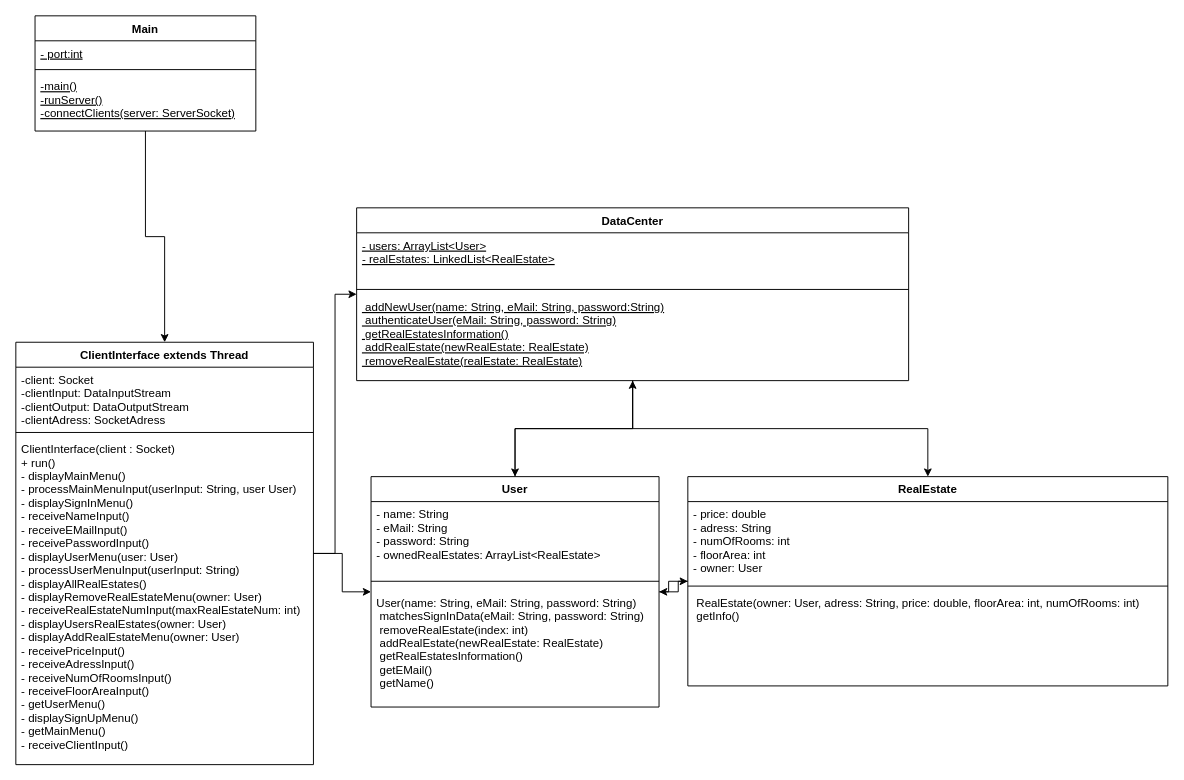
The draw.io diagram KlassendiagrammServer.drawio in FabioKron/Online-Immobilienportal, before the edit. Source tidied: cells renumbered, new cells numbered last; positions are measured from the earlier drawing's top-left corner, leaving out a move shared by most shapes. Both pictures are drawn from the tidied source at 96%, with x=0, y=0 at pixel (15, 15).
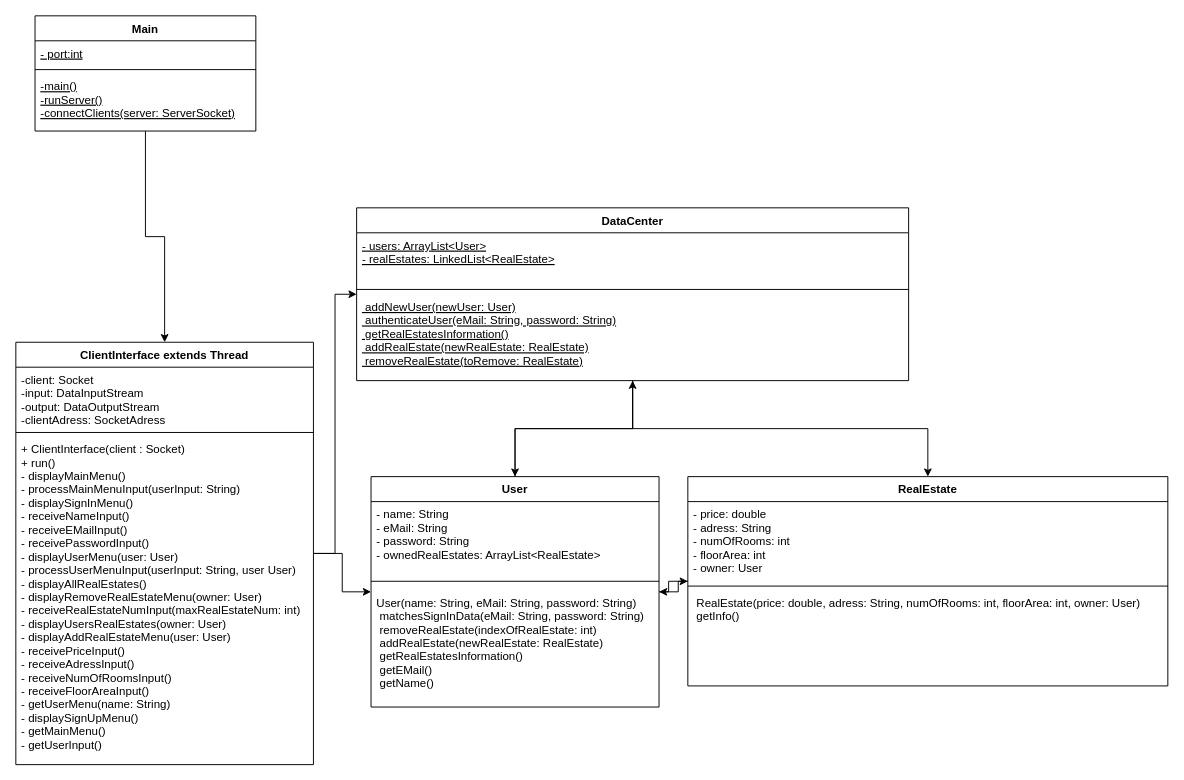
The same page after the edit.

Commit message (it also covers changes not shown here):
Anpassen Klassendiagramm Server wie Code

The change refers to these unchanged cells:
```xml
<mxCell id="9" value="ClientInterface extends Thread" style="swimlane;fontStyle=1;align=center;verticalAlign=top;horizontal=1;startSize=26;" parent="1" vertex="1">
  <mxGeometry y="340" width="310" height="440" as="geometry" />
</mxCell>
<mxCell id="15" value="User" style="swimlane;fontStyle=1;align=center;verticalAlign=top;horizontal=1;startSize=26;" parent="1" vertex="1">
  <mxGeometry x="370" y="480" width="300" height="240" as="geometry" />
</mxCell>
<mxCell id="21" value="DataCenter" style="swimlane;fontStyle=1;align=center;verticalAlign=top;horizontal=1;startSize=26;" parent="1" vertex="1">
  <mxGeometry x="355" y="200" width="575" height="180" as="geometry" />
</mxCell>
<mxCell id="26" value="RealEstate" style="swimlane;fontStyle=1;align=center;verticalAlign=top;horizontal=1;startSize=26;" parent="1" vertex="1">
  <mxGeometry x="700" y="480" width="500" height="218" as="geometry" />
</mxCell>
```

Change to the diagram source:
```diff
@@
-    <mxCell id="10" value="-client: Socket&#10;-clientInput: DataInputStream&#10;-clientOutput: DataOutputStream&#10;-clientAdress: SocketAdress&#10;" style="text;strokeColor=none;fillColor=none;align=left;verticalAlign=top;spacingLeft=4;spacingRight=4;overflow=hidden;" parent="9" vertex="1">
+    <mxCell id="10" value="-client: Socket&#10;-input: DataInputStream&#10;-output: DataOutputStream&#10;-clientAdress: SocketAdress&#10;" style="text;strokeColor=none;fillColor=none;align=left;verticalAlign=top;spacingLeft=4;spacingRight=4;overflow=hidden;" parent="9" vertex="1">
       <mxGeometry y="26" width="310" height="64" as="geometry" />
     </mxCell>
@@
-    <mxCell id="12" value="ClientInterface(client : Socket)&#10;+ run()&#10;- displayMainMenu()&#10;- processMainMenuInput(userInput: String, user User)&#10;- displaySignInMenu()&#10;- receiveNameInput()&#10;- receiveEMailInput()&#10;- receivePasswordInput()&#10;- displayUserMenu(user: User)&#10;- processUserMenuInput(userInput: String)&#10;- displayAllRealEstates()&#10;- displayRemoveRealEstateMenu(owner: User)&#10;- receiveRealEstateNumInput(maxRealEstateNum: int)&#10;- displayUsersRealEstates(owner: User)&#10;- displayAddRealEstateMenu(owner: User)&#10;- receivePriceInput()&#10;- receiveAdressInput()&#10;- receiveNumOfRoomsInput()&#10;- receiveFloorAreaInput()&#10;- getUserMenu()&#10;- displaySignUpMenu()&#10;- getMainMenu()&#10;- receiveClientInput()&#10;" style="text;strokeColor=none;fillColor=none;align=left;verticalAlign=top;spacingLeft=4;spacingRight=4;overflow=hidden;" parent="9" vertex="1">
+    <mxCell id="12" value="+ ClientInterface(client : Socket)&#10;+ run()&#10;- displayMainMenu()&#10;- processMainMenuInput(userInput: String)&#10;- displaySignInMenu()&#10;- receiveNameInput()&#10;- receiveEMailInput()&#10;- receivePasswordInput()&#10;- displayUserMenu(user: User)&#10;- processUserMenuInput(userInput: String, user User)&#10;- displayAllRealEstates()&#10;- displayRemoveRealEstateMenu(owner: User)&#10;- receiveRealEstateNumInput(maxRealEstateNum: int)&#10;- displayUsersRealEstates(owner: User)&#10;- displayAddRealEstateMenu(user: User)&#10;- receivePriceInput()&#10;- receiveAdressInput()&#10;- receiveNumOfRoomsInput()&#10;- receiveFloorAreaInput()&#10;- getUserMenu(name: String)&#10;- displaySignUpMenu()&#10;- getMainMenu()&#10;- getUserInput()&#10;" style="text;strokeColor=none;fillColor=none;align=left;verticalAlign=top;spacingLeft=4;spacingRight=4;overflow=hidden;" parent="9" vertex="1">
       <mxGeometry y="98" width="310" height="342" as="geometry" />
     </mxCell>
@@
-    <mxCell id="18" value="User(name: String, eMail: String, password: String)&#10; matchesSignInData(eMail: String, password: String)&#10; removeRealEstate(index: int)&#10; addRealEstate(newRealEstate: RealEstate)&#10; getRealEstatesInformation()&#10; getEMail()&#10; getName()" style="text;strokeColor=none;fillColor=none;align=left;verticalAlign=top;spacingLeft=4;spacingRight=4;overflow=hidden;" parent="15" vertex="1">
+    <mxCell id="18" value="User(name: String, eMail: String, password: String)&#10; matchesSignInData(eMail: String, password: String)&#10; removeRealEstate(indexOfRealEstate: int)&#10; addRealEstate(newRealEstate: RealEstate)&#10; getRealEstatesInformation()&#10; getEMail()&#10; getName()" style="text;strokeColor=none;fillColor=none;align=left;verticalAlign=top;spacingLeft=4;spacingRight=4;overflow=hidden;" parent="15" vertex="1">
       <mxGeometry y="118" width="300" height="122" as="geometry" />
     </mxCell>
@@
-    <mxCell id="24" value=" addNewUser(name: String, eMail: String, password:String)&#10; authenticateUser(eMail: String, password: String)&#10; getRealEstatesInformation()&#10; addRealEstate(newRealEstate: RealEstate)&#10; removeRealEstate(realEstate: RealEstate)" style="text;strokeColor=none;fillColor=none;align=left;verticalAlign=top;spacingLeft=4;spacingRight=4;overflow=hidden;fontStyle=4;" parent="21" vertex="1">
+    <mxCell id="24" value=" addNewUser(newUser: User)&#10; authenticateUser(eMail: String, password: String)&#10; getRealEstatesInformation()&#10; addRealEstate(newRealEstate: RealEstate)&#10; removeRealEstate(toRemove: RealEstate)" style="text;strokeColor=none;fillColor=none;align=left;verticalAlign=top;spacingLeft=4;spacingRight=4;overflow=hidden;fontStyle=4;" parent="21" vertex="1">
       <mxGeometry y="90" width="575" height="90" as="geometry" />
     </mxCell>
@@
-    <mxCell id="29" value=" RealEstate(owner: User, adress: String, price: double, floorArea: int, numOfRooms: int)&#10; getInfo()" style="text;strokeColor=none;fillColor=none;align=left;verticalAlign=top;spacingLeft=4;spacingRight=4;overflow=hidden;" parent="26" vertex="1">
+    <mxCell id="29" value=" RealEstate(price: double, adress: String, numOfRooms: int, floorArea: int, owner: User)&#10; getInfo()" style="text;strokeColor=none;fillColor=none;align=left;verticalAlign=top;spacingLeft=4;spacingRight=4;overflow=hidden;" parent="26" vertex="1">
       <mxGeometry y="118" width="500" height="100" as="geometry" />
     </mxCell>
```
